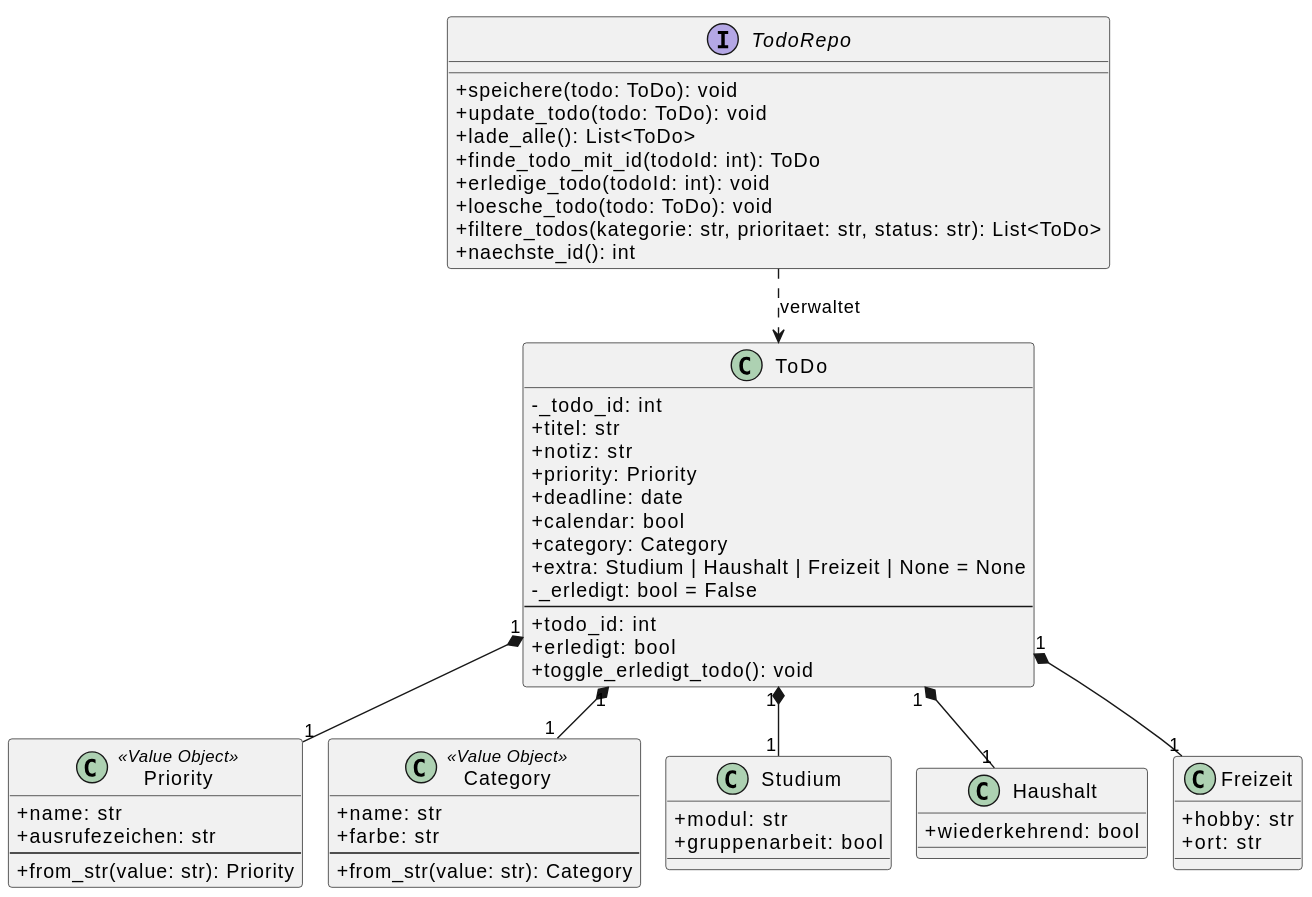
Above: out/domaenenmodell/domaenenmodell.svg in f0xon/Softwareprojekt-Studyplaner (PlantUML), before the change. Its diagram source:
```plantuml
@startuml
!pragma layout smetana

skinparam classAttributeIconSize 0

class ToDo {
  - _todo_id: int
  + titel: str
  + notiz: str
  + priority: Priority
  + deadline: date
  + calendar: bool
  + category: Category
  + extra: Studium | Haushalt | Freizeit | None = None
  - _erledigt: bool = False
  --
  + todo_id: int
  + erledigt: bool
  + toggle_erledigt_todo(): void
}

class Priority <<Value Object>> {
  + name: str
  + ausrufezeichen: str
  --
  + from_str(value: str): Priority
}

class Category <<Value Object>> {
  + name: str
  + farbe: str
  --
  + from_str(value: str): Category
}

class Studium {
  + modul: str
  + gruppenarbeit: bool
}

class Haushalt {
  + wiederkehrend: bool
}

class Freizeit {
  + hobby: str
  + ort: str
}

interface TodoRepo {
  + speichere(todo: ToDo): void
  + update_todo(todo: ToDo): void
  + lade_alle(): List<ToDo>
  + finde_todo_mit_id(todoId: int): ToDo
  + erledige_todo(todoId: int): void
  + loesche_todo(todo: ToDo): void
  + filtere_todos(kategorie: str, prioritaet: str, status: str): List<ToDo>
  + naechste_id(): int
}

ToDo "1" *-- "1" Studium
ToDo "1" *-- "1" Haushalt
ToDo "1" *-- "1" Freizeit

ToDo "1" *-- "1" Priority
ToDo "1" *-- "1" Category
TodoRepo ..> ToDo : verwaltet

@enduml
```
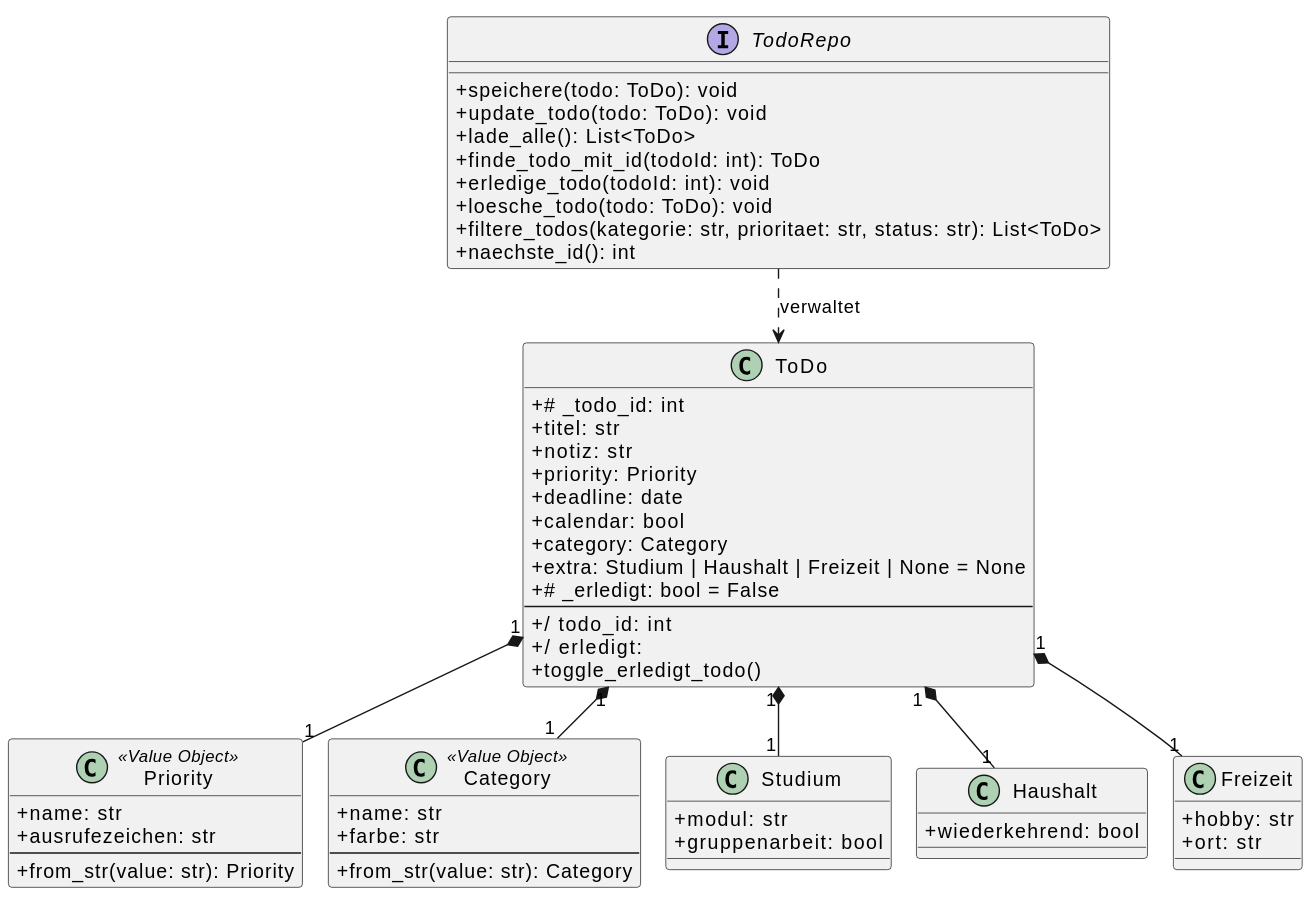
After the change.

Commit message:
Änderungen domänenmodell

Diff of the diagram source:
```diff
@@ -4,7 +4,7 @@
 skinparam classAttributeIconSize 0
 
 class ToDo {
-  - _todo_id: int
+  +# _todo_id: int
   + titel: str
   + notiz: str
   + priority: Priority
@@ -12,11 +12,11 @@
   + calendar: bool
   + category: Category
   + extra: Studium | Haushalt | Freizeit | None = None
-  - _erledigt: bool = False
+  +# _erledigt: bool = False
   --
-  + todo_id: int
-  + erledigt: bool
-  + toggle_erledigt_todo(): void
+  +/ todo_id: int
+  +/ erledigt:
+  + toggle_erledigt_todo()
 }
 
 class Priority <<Value Object>> {
```
